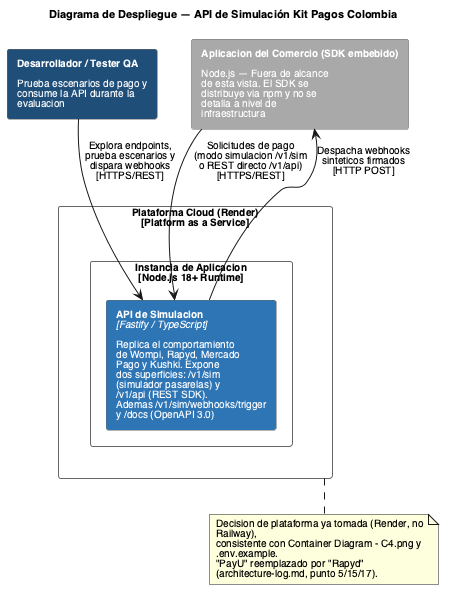
This is docs/architecture/Simulador API/Deploy Diagram - C4.png from PurosBrothers/Kit-Pagos-Colombia---Tesis, a PlantUML export, as it was before one commit.
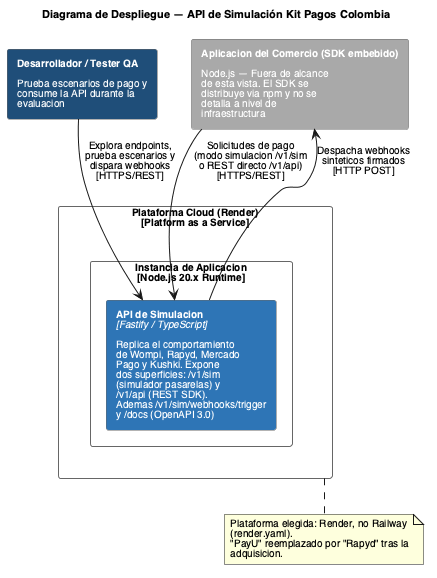
After the commit.

What changed in the source:
```diff
@@ -20,7 +20,7 @@
 rectangle "**Aplicacion del Comercio (SDK embebido)**\n\nNode.js — Fuera de alcance\nde esta vista. El SDK se\ndistribuye via npm y no se\ndetalla a nivel de\ninfraestructura" as Comercio #A9A9A9
 
 rectangle "Plataforma Cloud (Render)\n[Platform as a Service]" as Cloud #FFFFFF;text:black {
-  rectangle "Instancia de Aplicacion\n[Node.js 18+ Runtime]" as Instance #FFFFFF;text:black {
+  rectangle "Instancia de Aplicacion\n[Node.js 20.x Runtime]" as Instance #FFFFFF;text:black {
     rectangle "**API de Simulacion**\n<i>[Fastify / TypeScript]</i>\n\nReplica el comportamiento\nde Wompi, Rapyd, Mercado\nPago y Kushki. Expone\ndos superficies: /v1/sim\n(simulador pasarelas) y\n/v1/api (REST SDK).\nAdemas /v1/sim/webhooks/trigger\ny /docs (OpenAPI 3.0)" as API #2E75B6
   }
 }
@@ -30,9 +30,8 @@
 API --> Comercio : Despacha webhooks\nsinteticos firmados\n[HTTP POST]
 
 note bottom of Cloud
-  Decision de plataforma ya tomada (Render, no Railway),
-  consistente con Container Diagram - C4.png y .env.example.
-  "PayU" reemplazado por "Rapyd" (architecture-log.md, punto 5/15/17).
+  Plataforma elegida: Render, no Railway (render.yaml).
+  "PayU" reemplazado por "Rapyd" tras la adquisicion.
 end note
 
 @enduml
```
